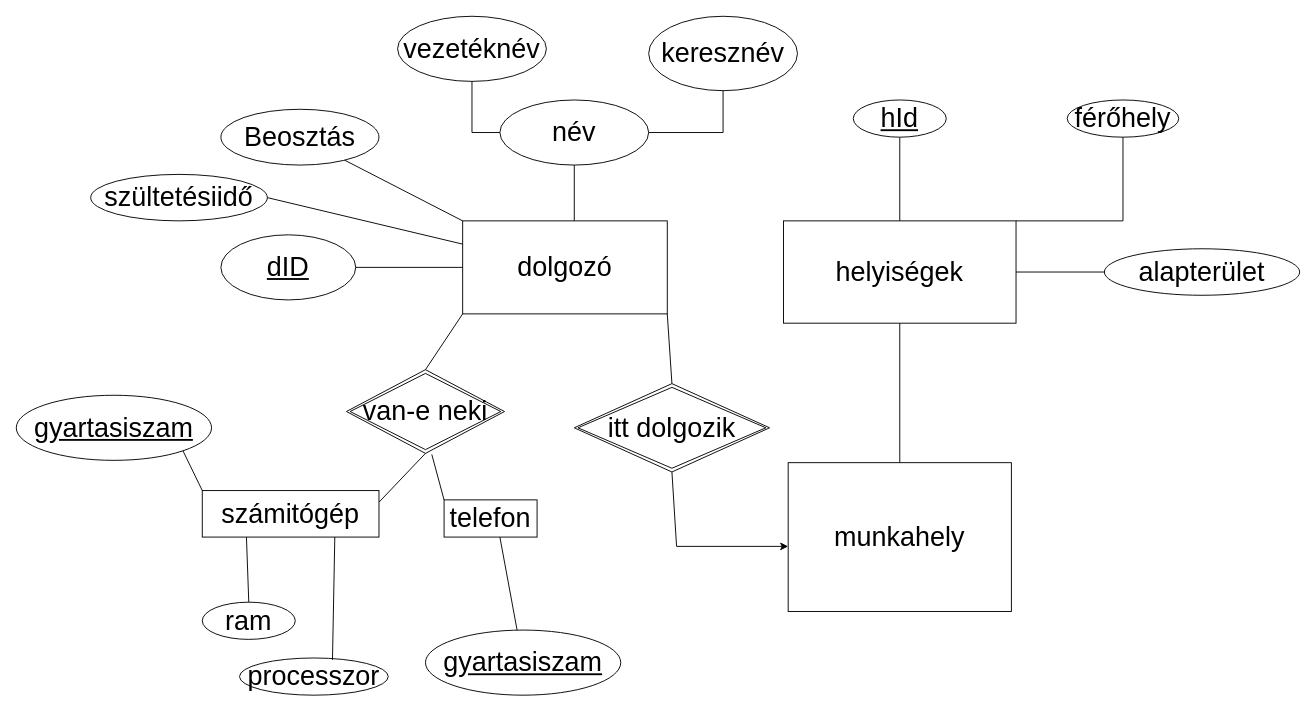
Earlier version of the draw.io diagram Untitled Diagram.drawio (Rudnay07/AdatBazisKotprog). Source tidied: cells renumbered, new cells numbered last; positions are measured from the earlier drawing's top-left corner, leaving out a move shared by most shapes. Both pictures are drawn from the tidied source at 93%, with x=0, y=0 at pixel (16, 16).
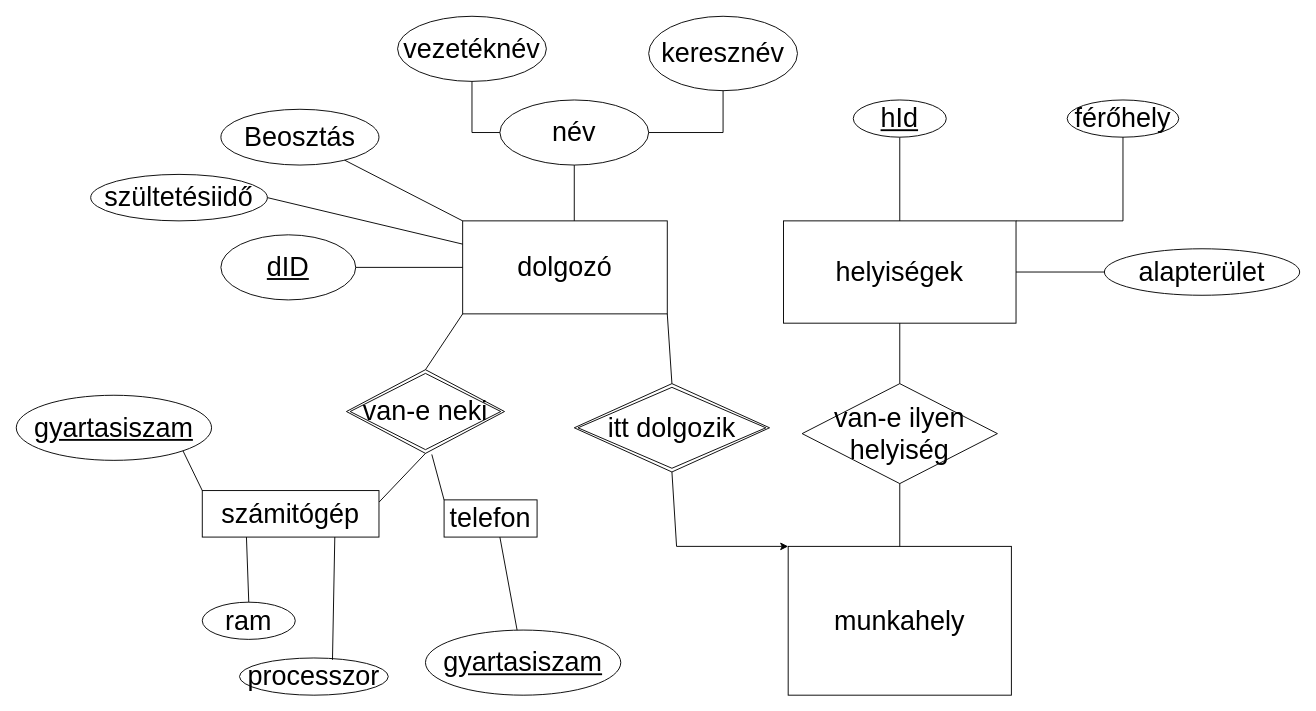
After the change.

Unchanged cells that the change refers to:
```xml
<mxCell id="4" value="helyiségek" style="whiteSpace=wrap;html=1;align=center;fontSize=29;" parent="1" vertex="1">
  <mxGeometry x="825" y="220" width="250" height="110" as="geometry" />
</mxCell>
```

Diff of the diagram source:
```diff
@@
     <mxCell id="2" value="&lt;font style=&quot;font-size: 29px&quot;&gt;munkahely&lt;/font&gt;" style="rounded=0;whiteSpace=wrap;html=1;" parent="1" vertex="1">
-      <mxGeometry x="830" y="480" width="240" height="160" as="geometry" />
+      <mxGeometry x="830" y="570" width="240" height="160" as="geometry" />
     </mxCell>
-    <mxCell id="3" style="endArrow=none;html=1;rounded=0;fontSize=29;exitX=0.5;exitY=0;exitDx=0;exitDy=0;entryX=0.5;entryY=1;entryDx=0;entryDy=0;" parent="1" edge="1" source="2" target="4">
-      <mxGeometry relative="1" as="geometry" />
-    </mxCell>
@@
+    <mxCell id="41" value="&lt;font style=&quot;font-size: 29px;&quot;&gt;van-e ilyen helyiség&lt;/font&gt;" style="shape=rhombus;perimeter=rhombusPerimeter;whiteSpace=wrap;html=1;align=center;" parent="1" vertex="1">
+      <mxGeometry x="845" y="395" width="210" height="107.5" as="geometry" />
+    </mxCell>
+    <mxCell id="42" style="endArrow=none;html=1;rounded=0;fontSize=29;exitX=0.5;exitY=1;exitDx=0;exitDy=0;entryX=0.5;entryY=0;entryDx=0;entryDy=0;" parent="1" edge="1" source="4" target="41">
+      <mxGeometry relative="1" as="geometry" />
+    </mxCell>
+    <mxCell id="43" style="endArrow=none;html=1;rounded=0;fontSize=29;entryX=0.5;entryY=0;entryDx=0;entryDy=0;exitX=0.5;exitY=1;exitDx=0;exitDy=0;" parent="1" edge="1" source="41" target="2">
+      <mxGeometry relative="1" as="geometry" />
+    </mxCell>
```
